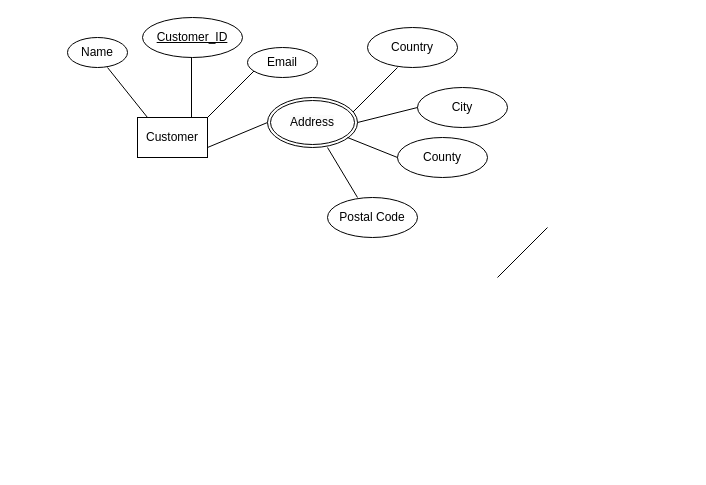
The draw.io diagram E_R_Diagram/Shalvi_ER.drawio in diego-karsa/Data-Management-Group-15, before the edit. Source tidied: cells renumbered, new cells numbered last; positions are measured from the earlier drawing's top-left corner, leaving out a move shared by most shapes. Both pictures are drawn from the tidied source at 100%, with x=0, y=0 at pixel (67, 17).
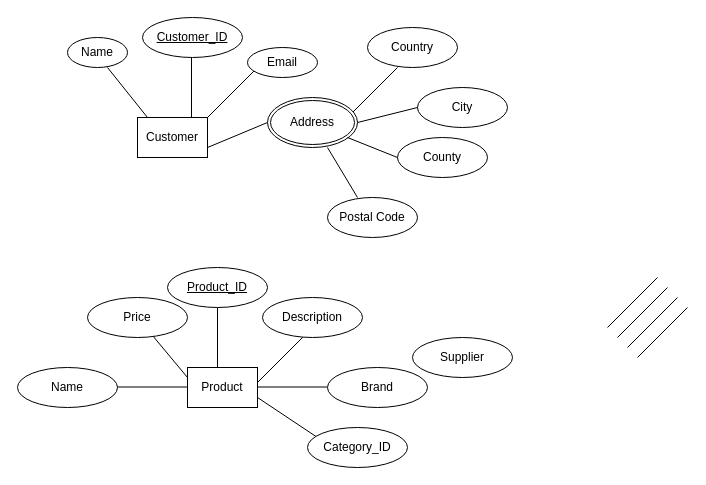
After the change.

Diff of the diagram source:
```diff
@@
     <mxCell id="17" style="endArrow=none;html=1;" parent="1" edge="1">
       <mxGeometry relative="1" as="geometry">
-        <mxPoint x="430" y="260" as="sourcePoint" />
-        <mxPoint x="480" y="210" as="targetPoint" />
+        <mxPoint x="190" y="365" as="sourcePoint" />
+        <mxPoint x="240" y="315" as="targetPoint" />
       </mxGeometry>
     </mxCell>
@@
+    <mxCell id="20" value="Product" style="rounded=0;whiteSpace=wrap;html=1;" parent="1" vertex="1">
+      <mxGeometry x="120" y="350" width="70" height="40" as="geometry" />
+    </mxCell>
+    <mxCell id="21" style="endArrow=none;html=1;" parent="1" edge="1">
+      <mxGeometry relative="1" as="geometry">
+        <mxPoint x="150" y="350" as="sourcePoint" />
+        <mxPoint x="150" y="290" as="targetPoint" />
+      </mxGeometry>
+    </mxCell>
+    <mxCell id="22" style="endArrow=none;html=1;startArrow=none;" parent="1" edge="1" source="31">
+      <mxGeometry relative="1" as="geometry">
+        <mxPoint x="120" y="360" as="targetPoint" />
+      </mxGeometry>
+    </mxCell>
+    <mxCell id="23" style="endArrow=none;html=1;" parent="1" edge="1">
+      <mxGeometry relative="1" as="geometry">
+        <mxPoint x="190" y="369.5" as="sourcePoint" />
+        <mxPoint x="260" y="369.5" as="targetPoint" />
+      </mxGeometry>
+    </mxCell>
+    <mxCell id="24" style="endArrow=none;html=1;" parent="1" edge="1">
+      <mxGeometry relative="1" as="geometry">
+        <mxPoint x="250" y="420" as="sourcePoint" />
+        <mxPoint x="190" y="380" as="targetPoint" />
+      </mxGeometry>
+    </mxCell>
+    <mxCell id="25" style="endArrow=none;html=1;" parent="1" edge="1">
+      <mxGeometry relative="1" as="geometry">
+        <mxPoint x="540" y="310" as="sourcePoint" />
+        <mxPoint x="590" y="260" as="targetPoint" />
+      </mxGeometry>
+    </mxCell>
+    <mxCell id="26" style="endArrow=none;html=1;" parent="1" edge="1">
+      <mxGeometry relative="1" as="geometry">
+        <mxPoint x="550" y="320" as="sourcePoint" />
+        <mxPoint x="600" y="270" as="targetPoint" />
+      </mxGeometry>
+    </mxCell>
+    <mxCell id="27" style="endArrow=none;html=1;" parent="1" edge="1">
+      <mxGeometry relative="1" as="geometry">
+        <mxPoint x="560" y="330" as="sourcePoint" />
+        <mxPoint x="610" y="280" as="targetPoint" />
+      </mxGeometry>
+    </mxCell>
+    <mxCell id="28" style="endArrow=none;html=1;" parent="1" edge="1">
+      <mxGeometry relative="1" as="geometry">
+        <mxPoint x="570" y="340" as="sourcePoint" />
+        <mxPoint x="620" y="290" as="targetPoint" />
+      </mxGeometry>
+    </mxCell>
+    <mxCell id="29" value="&lt;u&gt;Product_ID&lt;/u&gt;" style="ellipse;whiteSpace=wrap;html=1;" parent="1" vertex="1">
+      <mxGeometry x="100" y="250" width="100" height="40" as="geometry" />
+    </mxCell>
+    <mxCell id="30" value="Description" style="ellipse;whiteSpace=wrap;html=1;" parent="1" vertex="1">
+      <mxGeometry x="195" y="280" width="100" height="40" as="geometry" />
+    </mxCell>
+    <mxCell id="31" value="Price" style="ellipse;whiteSpace=wrap;html=1;" parent="1" vertex="1">
+      <mxGeometry x="20" y="280" width="100" height="40" as="geometry" />
+    </mxCell>
+    <mxCell id="32" value="Category_ID" style="ellipse;whiteSpace=wrap;html=1;" parent="1" vertex="1">
+      <mxGeometry x="240" y="410" width="100" height="40" as="geometry" />
+    </mxCell>
+    <mxCell id="33" value="Brand" style="ellipse;whiteSpace=wrap;html=1;" parent="1" vertex="1">
+      <mxGeometry x="260" y="350" width="100" height="40" as="geometry" />
+    </mxCell>
+    <mxCell id="34" value="Name" style="ellipse;whiteSpace=wrap;html=1;" parent="1" vertex="1">
+      <mxGeometry x="-50" y="350" width="100" height="40" as="geometry" />
+    </mxCell>
+    <mxCell id="35" value="Supplier" style="ellipse;whiteSpace=wrap;html=1;" parent="1" vertex="1">
+      <mxGeometry x="345" y="320" width="100" height="40" as="geometry" />
+    </mxCell>
+    <mxCell id="36" style="endArrow=none;html=1;" parent="1" edge="1">
+      <mxGeometry relative="1" as="geometry">
+        <mxPoint x="50" y="369.5" as="sourcePoint" />
+        <mxPoint x="120" y="369.5" as="targetPoint" />
+      </mxGeometry>
+    </mxCell>
```
